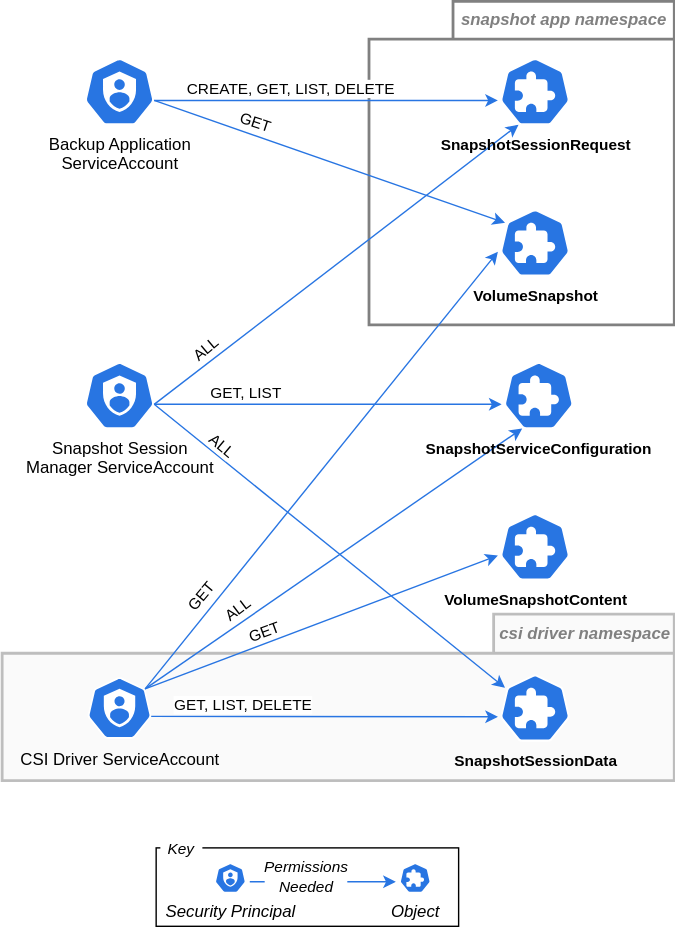
Above: keps/sig-storage/3314-csi-changed-block-tracking/perms.drawio.svg in kubernetes/enhancements (draw.io), before the change. Source tidied: cells renumbered, new cells last; positions are measured from the earlier drawing's top-left corner, leaving out a move shared by most shapes.
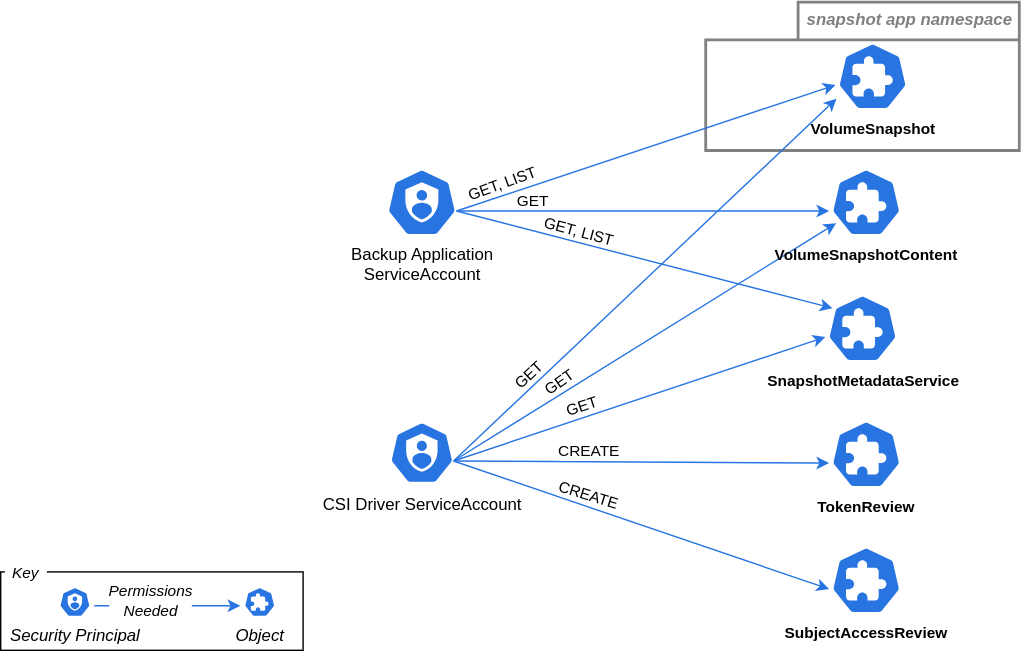
The same file after the commit.

Commit message:
Updated permissions svg; removed session.

Change to the diagram source:
```diff
@@ -3,76 +3,35 @@
     <mxCell id="0" />
     <mxCell id="1" parent="0" />
     <mxCell id="2" value="&lt;i&gt;snapshot app namespace&lt;/i&gt;" style="shape=folder;fontStyle=1;tabWidth=158;tabHeight=27;tabPosition=left;html=1;boundedLbl=1;labelInHeader=1;flipH=1;fontColor=#808080;strokeColor=#808080;strokeWidth=2;" parent="1" vertex="1">
-      <mxGeometry x="262" y="33.5" width="218" height="231" as="geometry" />
+      <mxGeometry x="268.6" y="140" width="224" height="106" as="geometry" />
     </mxCell>
     <mxCell id="3" style="html=1;strokeColor=none;fillColor=none;" parent="2" vertex="1">
-      <mxGeometry width="218" height="161.7" relative="1" as="geometry">
+      <mxGeometry width="224" height="74.2" relative="1" as="geometry">
         <mxPoint y="30" as="offset" />
       </mxGeometry>
     </mxCell>
-    <mxCell id="4" value="&lt;b&gt;&lt;font style=&quot;font-size: 11px;&quot;&gt;VolumeSnapshot&lt;/font&gt;&lt;/b&gt;" style="html=1;dashed=0;whitespace=wrap;fillColor=#2875E2;strokeColor=#ffffff;points=[[0.005,0.63,0],[0.1,0.2,0],[0.9,0.2,0],[0.5,0,0],[0.995,0.63,0],[0.72,0.99,0],[0.5,1,0],[0.28,0.99,0]];verticalLabelPosition=bottom;align=center;verticalAlign=top;shape=mxgraph.kubernetes.icon;prIcon=crd;fontColor=#000000;" parent="2" vertex="1">
-      <mxGeometry x="91.8" y="148.5" width="53.6" height="48" as="geometry" />
-    </mxCell>
-    <mxCell id="5" value="&lt;i style=&quot;&quot;&gt;&lt;font&gt;csi driver namespace&lt;/font&gt;&lt;/i&gt;" style="shape=folder;fontStyle=1;tabWidth=129;tabHeight=28;tabPosition=left;html=1;boundedLbl=1;labelInHeader=1;labelBackgroundColor=none;fillColor=#f5f5f5;strokeColor=#808080;strokeWidth=2;fontColor=#808080;opacity=50;flipH=1;" parent="1" vertex="1">
-      <mxGeometry y="471" width="480" height="119" as="geometry" />
-    </mxCell>
-    <mxCell id="6" style="html=1;strokeColor=none;fillColor=none;labelBackgroundColor=none;fontColor=#660033;" parent="5" vertex="1">
-      <mxGeometry width="480" height="78.15" relative="1" as="geometry">
-        <mxPoint y="30" as="offset" />
-      </mxGeometry>
-    </mxCell>
-    <mxCell id="7" value="CSI Driver ServiceAccount" style="html=1;dashed=0;whitespace=wrap;fillColor=#2875E2;strokeColor=#ffffff;points=[[0.005,0.63,0],[0.1,0.2,0],[0.9,0.2,0],[0.5,0,0],[0.995,0.63,0],[0.72,0.99,0],[0.5,1,0],[0.28,0.99,0]];verticalLabelPosition=bottom;align=center;verticalAlign=top;shape=mxgraph.kubernetes.icon;prIcon=sa;" parent="5" vertex="1">
-      <mxGeometry x="61" y="44.3" width="45.7" height="45.7" as="geometry" />
-    </mxCell>
     <mxCell id="8" style="edgeStyle=none;html=1;exitX=0.995;exitY=0.63;exitDx=0;exitDy=0;exitPerimeter=0;entryX=0.005;entryY=0.63;entryDx=0;entryDy=0;entryPerimeter=0;fontColor=#000000;" parent="1" edge="1">
       <mxGeometry relative="1" as="geometry">
         <mxPoint x="79.2" y="20.2" as="targetPoint" />
       </mxGeometry>
     </mxCell>
-    <mxCell id="9" value="Snapshot Session&amp;nbsp;&lt;br&gt;Manager ServiceAccount" style="html=1;dashed=0;whitespace=wrap;fillColor=#2875E2;strokeColor=#ffffff;points=[[0.005,0.63,0],[0.1,0.2,0],[0.9,0.2,0],[0.5,0,0],[0.995,0.63,0],[0.72,0.99,0],[0.5,1,0],[0.28,0.99,0]];verticalLabelPosition=bottom;align=center;verticalAlign=top;shape=mxgraph.kubernetes.icon;prIcon=sa;" parent="1" vertex="1">
-      <mxGeometry x="58.8" y="291" width="50" height="48" as="geometry" />
-    </mxCell>
-    <mxCell id="10" style="edgeStyle=none;sketch=0;html=1;exitX=0.995;exitY=0.63;exitDx=0;exitDy=0;exitPerimeter=0;entryX=0.1;entryY=0.2;entryDx=0;entryDy=0;entryPerimeter=0;strokeWidth=1;strokeColor=#2875E2;" parent="1" edge="1" source="9" target="31">
-      <mxGeometry relative="1" as="geometry" />
-    </mxCell>
-    <mxCell id="11" value="ALL" style="edgeLabel;html=1;align=center;verticalAlign=middle;rotation=40;" parent="10" vertex="1">
-      <mxGeometry x="-0.51" y="2" relative="1" as="geometry">
-        <mxPoint x="-14" y="-19" as="offset" />
-      </mxGeometry>
-    </mxCell>
-    <mxCell id="12" style="edgeStyle=none;sketch=0;html=1;exitX=0.995;exitY=0.63;exitDx=0;exitDy=0;exitPerimeter=0;entryX=0.005;entryY=0.63;entryDx=0;entryDy=0;entryPerimeter=0;strokeWidth=1;strokeColor=#2875E2;" parent="1" edge="1" source="9" target="32">
+    <mxCell id="12" style="edgeStyle=none;sketch=0;html=1;entryX=0.1;entryY=0.2;entryDx=0;entryDy=0;entryPerimeter=0;strokeWidth=1;strokeColor=#2875E2;exitX=0.995;exitY=0.63;exitDx=0;exitDy=0;exitPerimeter=0;" parent="1" edge="1" source="16" target="33">
       <mxGeometry relative="1" as="geometry" />
     </mxCell>
-    <mxCell id="13" value="GET, LIST" style="edgeLabel;html=1;align=center;verticalAlign=middle;rotation=0;" parent="12" vertex="1">
+    <mxCell id="13" value="GET, LIST" style="edgeLabel;html=1;align=center;verticalAlign=middle;rotation=15;" parent="12" vertex="1">
       <mxGeometry x="-0.34" y="1" relative="1" as="geometry">
-        <mxPoint x="-17" y="-8" as="offset" />
+        <mxPoint x="-1" y="-8" as="offset" />
       </mxGeometry>
     </mxCell>
-    <mxCell id="14" style="edgeStyle=none;sketch=0;html=1;exitX=0.995;exitY=0.63;exitDx=0;exitDy=0;exitPerimeter=0;entryX=0.28;entryY=0.99;entryDx=0;entryDy=0;entryPerimeter=0;strokeWidth=1;strokeColor=#2875E2;" parent="1" edge="1" source="9" target="28">
-      <mxGeometry relative="1" as="geometry" />
-    </mxCell>
-    <mxCell id="15" value="ALL" style="edgeLabel;html=1;align=center;verticalAlign=middle;rotation=-40;" parent="14" vertex="1">
-      <mxGeometry x="-0.61" y="1" relative="1" as="geometry">
-        <mxPoint x="-14" as="offset" />
-      </mxGeometry>
-    </mxCell>
     <mxCell id="16" value="Backup Application&lt;br&gt;ServiceAccount" style="html=1;dashed=0;whitespace=wrap;fillColor=#2875E2;strokeColor=#ffffff;points=[[0.005,0.63,0],[0.1,0.2,0],[0.9,0.2,0],[0.5,0,0],[0.995,0.63,0],[0.72,0.99,0],[0.5,1,0],[0.28,0.99,0]];verticalLabelPosition=bottom;align=center;verticalAlign=top;shape=mxgraph.kubernetes.icon;prIcon=sa;" parent="1" vertex="1">
-      <mxGeometry x="58.8" y="74" width="50" height="48" as="geometry" />
+      <mxGeometry x="40.8" y="259" width="50" height="48" as="geometry" />
     </mxCell>
-    <mxCell id="17" style="edgeStyle=none;sketch=0;html=1;exitX=0.995;exitY=0.63;exitDx=0;exitDy=0;exitPerimeter=0;entryX=0.005;entryY=0.63;entryDx=0;entryDy=0;entryPerimeter=0;strokeWidth=1;strokeColor=#2875E2;" parent="1" edge="1" source="16" target="28">
-      <mxGeometry relative="1" as="geometry" />
-    </mxCell>
-    <mxCell id="18" value="CREATE, GET, LIST, DELETE" style="edgeLabel;html=1;align=center;verticalAlign=middle;" parent="17" vertex="1">
-      <mxGeometry x="-0.37" y="2" relative="1" as="geometry">
-        <mxPoint x="20" y="-7" as="offset" />
-      </mxGeometry>
-    </mxCell>
-    <mxCell id="19" style="edgeStyle=none;sketch=0;html=1;exitX=0.995;exitY=0.63;exitDx=0;exitDy=0;exitPerimeter=0;entryX=0.1;entryY=0.2;entryDx=0;entryDy=0;entryPerimeter=0;strokeWidth=1;strokeColor=#2875E2;" parent="1" edge="1" source="16" target="4">
+    <mxCell id="19" style="edgeStyle=none;sketch=0;html=1;exitX=0.995;exitY=0.63;exitDx=0;exitDy=0;exitPerimeter=0;entryX=0.005;entryY=0.63;entryDx=0;entryDy=0;entryPerimeter=0;strokeWidth=1;strokeColor=#2875E2;" parent="1" edge="1" source="16" target="4">
       <mxGeometry relative="1" as="geometry" />
     </mxCell>
-    <mxCell id="20" value="GET" style="edgeLabel;html=1;align=center;verticalAlign=middle;rotation=18;" parent="19" vertex="1">
+    <mxCell id="20" value="GET, LIST" style="edgeLabel;html=1;align=center;verticalAlign=middle;rotation=340;" parent="19" vertex="1">
       <mxGeometry x="-0.43" y="-1" relative="1" as="geometry">
-        <mxPoint x="1" y="-11" as="offset" />
+        <mxPoint x="-46" y="5" as="offset" />
       </mxGeometry>
     </mxCell>
     <mxCell id="21" style="edgeStyle=none;html=1;exitX=0.995;exitY=0.63;exitDx=0;exitDy=0;exitPerimeter=0;entryX=0.1;entryY=0.2;entryDx=0;entryDy=0;entryPerimeter=0;" parent="1" edge="1">
@@ -80,52 +39,40 @@
         <mxPoint x="84" y="-0.4" as="targetPoint" />
       </mxGeometry>
     </mxCell>
-    <mxCell id="22" style="edgeStyle=none;sketch=0;html=1;entryX=0.28;entryY=0.99;entryDx=0;entryDy=0;entryPerimeter=0;strokeWidth=1;exitX=0.9;exitY=0.2;exitDx=0;exitDy=0;exitPerimeter=0;strokeColor=#2875E2;" parent="1" edge="1" source="7" target="32">
+    <mxCell id="22" style="edgeStyle=none;sketch=0;html=1;entryX=0.1;entryY=0.81;entryDx=0;entryDy=0;entryPerimeter=0;strokeWidth=1;exitX=0.995;exitY=0.63;exitDx=0;exitDy=0;exitPerimeter=0;strokeColor=#2875E2;" parent="1" edge="1" source="7" target="32">
       <mxGeometry relative="1" as="geometry" />
     </mxCell>
-    <mxCell id="23" value="ALL" style="edgeLabel;html=1;align=center;verticalAlign=middle;rotation=323;" parent="22" vertex="1">
+    <mxCell id="23" value="GET" style="edgeLabel;html=1;align=center;verticalAlign=middle;rotation=325;" parent="22" vertex="1">
       <mxGeometry x="-0.67" relative="1" as="geometry">
-        <mxPoint x="21" y="-26" as="offset" />
+        <mxPoint x="30" y="-28" as="offset" />
       </mxGeometry>
     </mxCell>
-    <mxCell id="24" style="edgeStyle=none;sketch=0;html=1;exitX=0.9;exitY=0.2;exitDx=0;exitDy=0;exitPerimeter=0;entryX=0.005;entryY=0.63;entryDx=0;entryDy=0;entryPerimeter=0;strokeWidth=1;strokeColor=#2875E2;" parent="1" edge="1" source="7" target="33">
+    <mxCell id="24" style="edgeStyle=none;sketch=0;html=1;exitX=0.995;exitY=0.63;exitDx=0;exitDy=0;exitPerimeter=0;entryX=0.005;entryY=0.63;entryDx=0;entryDy=0;entryPerimeter=0;strokeWidth=1;strokeColor=#2875E2;" parent="1" edge="1" source="7" target="33">
       <mxGeometry relative="1" as="geometry" />
     </mxCell>
-    <mxCell id="25" value="GET" style="edgeLabel;html=1;align=center;verticalAlign=middle;rotation=340;" parent="24" vertex="1">
+    <mxCell id="25" value="GET" style="edgeLabel;html=1;align=center;verticalAlign=middle;rotation=342;" parent="24" vertex="1">
       <mxGeometry x="-0.79" y="4" relative="1" as="geometry">
-        <mxPoint x="59" y="-27" as="offset" />
+        <mxPoint x="64" y="-26" as="offset" />
       </mxGeometry>
     </mxCell>
-    <mxCell id="26" style="edgeStyle=none;sketch=0;html=1;exitX=0.9;exitY=0.2;exitDx=0;exitDy=0;exitPerimeter=0;entryX=0.005;entryY=0.63;entryDx=0;entryDy=0;entryPerimeter=0;strokeWidth=1;strokeColor=#2875E2;" parent="1" edge="1" source="7" target="4">
-      <mxGeometry relative="1" as="geometry" />
+    <mxCell id="26" style="edgeStyle=none;sketch=0;html=1;exitX=0.995;exitY=0.63;exitDx=0;exitDy=0;exitPerimeter=0;strokeWidth=1;strokeColor=#2875E2;" parent="1" edge="1" source="7">
+      <mxGeometry relative="1" as="geometry">
+        <mxPoint x="362" y="209" as="targetPoint" />
+      </mxGeometry>
     </mxCell>
-    <mxCell id="27" value="GET" style="edgeLabel;html=1;align=center;verticalAlign=middle;rotation=310;" parent="26" vertex="1">
+    <mxCell id="27" value="GET" style="edgeLabel;html=1;align=center;verticalAlign=middle;rotation=317;" parent="26" vertex="1">
       <mxGeometry x="0.1" y="1" relative="1" as="geometry">
-        <mxPoint x="-99" y="107" as="offset" />
+        <mxPoint x="-97" y="82" as="offset" />
       </mxGeometry>
     </mxCell>
-    <mxCell id="28" value="&lt;b&gt;&lt;font style=&quot;font-size: 11px;&quot;&gt;SnapshotSessionRequest&lt;/font&gt;&lt;/b&gt;" style="html=1;dashed=0;whitespace=wrap;fillColor=#2875E2;strokeColor=#ffffff;points=[[0.005,0.63,0],[0.1,0.2,0],[0.9,0.2,0],[0.5,0,0],[0.995,0.63,0],[0.72,0.99,0],[0.5,1,0],[0.28,0.99,0]];verticalLabelPosition=bottom;align=center;verticalAlign=top;shape=mxgraph.kubernetes.icon;prIcon=crd;fontColor=#000000;" parent="1" vertex="1">
-      <mxGeometry x="353.8" y="74" width="53.6" height="48" as="geometry" />
-    </mxCell>
-    <mxCell id="29" style="edgeStyle=none;sketch=0;html=1;exitX=0.995;exitY=0.63;exitDx=0;exitDy=0;exitPerimeter=0;entryX=0.005;entryY=0.63;entryDx=0;entryDy=0;entryPerimeter=0;strokeWidth=1;strokeColor=#2875E2;" parent="1" edge="1" source="7" target="31">
-      <mxGeometry relative="1" as="geometry" />
-    </mxCell>
-    <mxCell id="30" value="GET, LIST, DELETE" style="edgeLabel;html=1;align=center;verticalAlign=middle;" parent="29" vertex="1">
-      <mxGeometry x="0.09" y="2" relative="1" as="geometry">
-        <mxPoint x="-69" y="-7" as="offset" />
-      </mxGeometry>
-    </mxCell>
-    <mxCell id="31" value="&lt;b&gt;&lt;font style=&quot;font-size: 11px;&quot;&gt;SnapshotSessionData&lt;/font&gt;&lt;/b&gt;" style="html=1;dashed=0;whitespace=wrap;fillColor=#2875E2;strokeColor=#ffffff;points=[[0.005,0.63,0],[0.1,0.2,0],[0.9,0.2,0],[0.5,0,0],[0.995,0.63,0],[0.72,0.99,0],[0.5,1,0],[0.28,0.99,0]];verticalLabelPosition=bottom;align=center;verticalAlign=top;shape=mxgraph.kubernetes.icon;prIcon=crd;fontColor=#000000;" parent="1" vertex="1">
-      <mxGeometry x="353.8" y="514.1" width="53.6" height="48" as="geometry" />
-    </mxCell>
-    <mxCell id="32" value="&lt;b&gt;&lt;font style=&quot;font-size: 11px;&quot;&gt;SnapshotServiceConfiguration&lt;/font&gt;&lt;/b&gt;" style="html=1;dashed=0;whitespace=wrap;fillColor=#2875E2;strokeColor=#ffffff;points=[[0.005,0.63,0],[0.1,0.2,0],[0.9,0.2,0],[0.5,0,0],[0.995,0.63,0],[0.72,0.99,0],[0.5,1,0],[0.28,0.99,0]];verticalLabelPosition=bottom;align=center;verticalAlign=top;shape=mxgraph.kubernetes.icon;prIcon=crd;fontColor=#000000;" parent="1" vertex="1">
-      <mxGeometry x="356.4" y="291" width="53.6" height="48" as="geometry" />
+    <mxCell id="32" value="&lt;b style=&quot;border-color: var(--border-color);&quot;&gt;&lt;font style=&quot;border-color: var(--border-color); font-size: 11px;&quot;&gt;VolumeSnapshotContent&lt;/font&gt;&lt;/b&gt;" style="html=1;dashed=0;whitespace=wrap;fillColor=#2875E2;strokeColor=#ffffff;points=[[0.005,0.63,0],[0.1,0.2,0],[0.9,0.2,0],[0.5,0,0],[0.995,0.63,0],[0.72,0.99,0],[0.5,1,0],[0.28,0.99,0]];verticalLabelPosition=bottom;align=center;verticalAlign=top;shape=mxgraph.kubernetes.icon;prIcon=crd;fontColor=#000000;" parent="1" vertex="1">
+      <mxGeometry x="356.4" y="259" width="53.6" height="48" as="geometry" />
     </mxCell>
-    <mxCell id="33" value="&lt;b&gt;&lt;font style=&quot;font-size: 11px;&quot;&gt;VolumeSnapshotContent&lt;/font&gt;&lt;/b&gt;" style="html=1;dashed=0;whitespace=wrap;fillColor=#2875E2;strokeColor=#ffffff;points=[[0.005,0.63,0],[0.1,0.2,0],[0.9,0.2,0],[0.5,0,0],[0.995,0.63,0],[0.72,0.99,0],[0.5,1,0],[0.28,0.99,0]];verticalLabelPosition=bottom;align=center;verticalAlign=top;shape=mxgraph.kubernetes.icon;prIcon=crd;fontColor=#000000;" parent="1" vertex="1">
-      <mxGeometry x="353.8" y="399" width="53.6" height="48" as="geometry" />
+    <mxCell id="33" value="&lt;b&gt;&lt;font style=&quot;font-size: 11px;&quot;&gt;SnapshotMetadataService&lt;/font&gt;&lt;/b&gt;" style="html=1;dashed=0;whitespace=wrap;fillColor=#2875E2;strokeColor=#ffffff;points=[[0.005,0.63,0],[0.1,0.2,0],[0.9,0.2,0],[0.5,0,0],[0.995,0.63,0],[0.72,0.99,0],[0.5,1,0],[0.28,0.99,0]];verticalLabelPosition=bottom;align=center;verticalAlign=top;shape=mxgraph.kubernetes.icon;prIcon=crd;fontColor=#000000;" parent="1" vertex="1">
+      <mxGeometry x="353.8" y="349" width="53.6" height="48" as="geometry" />
     </mxCell>
     <mxCell id="34" style="group;" parent="1" vertex="1">
-      <mxGeometry x="110" y="620" width="216" height="74" as="geometry" />
+      <mxGeometry x="-235" y="529" width="216" height="74" as="geometry" />
     </mxCell>
     <mxCell id="35" style="rounded=0;whiteSpace=wrap;html=1;hachureGap=4;fontFamily=Architects Daughter;fontSource=https%3A%2F%2Ffonts.googleapis.com%2Fcss%3Ffamily%3DArchitects%2BDaughter;fontSize=20;" parent="34" vertex="1">
       <mxGeometry y="18" width="216" height="56" as="geometry" />
@@ -147,5 +94,41 @@
     <mxCell id="40" value="&lt;i&gt;Security Principal&lt;/i&gt;" style="html=1;dashed=0;whitespace=wrap;fillColor=#2875E2;strokeColor=#ffffff;points=[[0.005,0.63,0],[0.1,0.2,0],[0.9,0.2,0],[0.5,0,0],[0.995,0.63,0],[0.72,0.99,0],[0.5,1,0],[0.28,0.99,0]];verticalLabelPosition=bottom;align=center;verticalAlign=top;shape=mxgraph.kubernetes.icon;prIcon=sa;" parent="34" vertex="1">
       <mxGeometry x="39" y="29" width="28" height="21" as="geometry" />
     </mxCell>
+    <mxCell id="7" value="CSI Driver ServiceAccount" style="html=1;dashed=0;whitespace=wrap;fillColor=#2875E2;strokeColor=#ffffff;points=[[0.005,0.63,0],[0.1,0.2,0],[0.9,0.2,0],[0.5,0,0],[0.995,0.63,0],[0.72,0.99,0],[0.5,1,0],[0.28,0.99,0]];verticalLabelPosition=bottom;align=center;verticalAlign=top;shape=mxgraph.kubernetes.icon;prIcon=sa;" parent="1" vertex="1">
+      <mxGeometry x="43" y="439" width="45.7" height="45.7" as="geometry" />
+    </mxCell>
+    <mxCell id="4" value="&lt;b&gt;&lt;font style=&quot;font-size: 11px;&quot;&gt;VolumeSnapshot&lt;/font&gt;&lt;/b&gt;" style="html=1;dashed=0;whitespace=wrap;fillColor=#2875E2;strokeColor=#ffffff;points=[[0.005,0.63,0],[0.1,0.2,0],[0.9,0.2,0],[0.5,0,0],[0.995,0.63,0],[0.72,0.99,0],[0.5,1,0],[0.28,0.99,0]];verticalLabelPosition=bottom;align=center;verticalAlign=top;shape=mxgraph.kubernetes.icon;prIcon=crd;fontColor=#000000;" parent="1" vertex="1">
+      <mxGeometry x="361" y="169" width="53.6" height="48" as="geometry" />
+    </mxCell>
+    <mxCell id="41" value="&lt;b&gt;&lt;font style=&quot;font-size: 11px;&quot;&gt;TokenReview&lt;/font&gt;&lt;/b&gt;" style="html=1;dashed=0;whitespace=wrap;fillColor=#2875E2;strokeColor=#ffffff;points=[[0.005,0.63,0],[0.1,0.2,0],[0.9,0.2,0],[0.5,0,0],[0.995,0.63,0],[0.72,0.99,0],[0.5,1,0],[0.28,0.99,0]];verticalLabelPosition=bottom;align=center;verticalAlign=top;shape=mxgraph.kubernetes.icon;prIcon=crd;fontColor=#000000;" parent="1" vertex="1">
+      <mxGeometry x="356.4" y="439" width="53.6" height="48" as="geometry" />
+    </mxCell>
+    <mxCell id="42" value="&lt;b&gt;&lt;font style=&quot;font-size: 11px;&quot;&gt;SubjectAccessReview&lt;/font&gt;&lt;/b&gt;" style="html=1;dashed=0;whitespace=wrap;fillColor=#2875E2;strokeColor=#ffffff;points=[[0.005,0.63,0],[0.1,0.2,0],[0.9,0.2,0],[0.5,0,0],[0.995,0.63,0],[0.72,0.99,0],[0.5,1,0],[0.28,0.99,0]];verticalLabelPosition=bottom;align=center;verticalAlign=top;shape=mxgraph.kubernetes.icon;prIcon=crd;fontColor=#000000;" parent="1" vertex="1">
+      <mxGeometry x="356.4" y="529" width="53.6" height="48" as="geometry" />
+    </mxCell>
+    <mxCell id="43" style="edgeStyle=none;sketch=0;html=1;exitX=0.995;exitY=0.63;exitDx=0;exitDy=0;exitPerimeter=0;entryX=0.005;entryY=0.63;entryDx=0;entryDy=0;entryPerimeter=0;strokeWidth=1;strokeColor=#2875E2;" parent="1" edge="1" source="7" target="41">
+      <mxGeometry relative="1" as="geometry" />
+    </mxCell>
+    <mxCell id="44" value="CREATE" style="edgeLabel;html=1;align=center;verticalAlign=middle;" parent="43" vertex="1">
+      <mxGeometry x="0.29" relative="1" as="geometry">
+        <mxPoint x="-77" y="-8" as="offset" />
+      </mxGeometry>
+    </mxCell>
+    <mxCell id="45" style="edgeStyle=none;sketch=0;html=1;exitX=0.995;exitY=0.63;exitDx=0;exitDy=0;exitPerimeter=0;entryX=0.005;entryY=0.63;entryDx=0;entryDy=0;entryPerimeter=0;strokeWidth=1;strokeColor=#2875E2;" parent="1" edge="1" source="7" target="42">
+      <mxGeometry relative="1" as="geometry" />
+    </mxCell>
+    <mxCell id="46" value="CREATE" style="edgeLabel;html=1;align=center;verticalAlign=middle;rotation=17;" parent="45" vertex="1">
+      <mxGeometry x="0.28" y="-1" relative="1" as="geometry">
+        <mxPoint x="-75" y="-36" as="offset" />
+      </mxGeometry>
+    </mxCell>
+    <mxCell id="47" style="edgeStyle=none;sketch=0;html=1;entryX=0.005;entryY=0.63;entryDx=0;entryDy=0;entryPerimeter=0;strokeWidth=1;strokeColor=#2875E2;exitX=0.995;exitY=0.63;exitDx=0;exitDy=0;exitPerimeter=0;" parent="1" edge="1" source="16" target="32">
+      <mxGeometry relative="1" as="geometry" />
+    </mxCell>
+    <mxCell id="48" value="GET" style="edgeLabel;html=1;align=center;verticalAlign=middle;rotation=0;" parent="47" vertex="1">
+      <mxGeometry x="-0.34" y="1" relative="1" as="geometry">
+        <mxPoint x="-34" y="-7" as="offset" />
+      </mxGeometry>
+    </mxCell>
   </root>
 </mxGraphModel>
```
